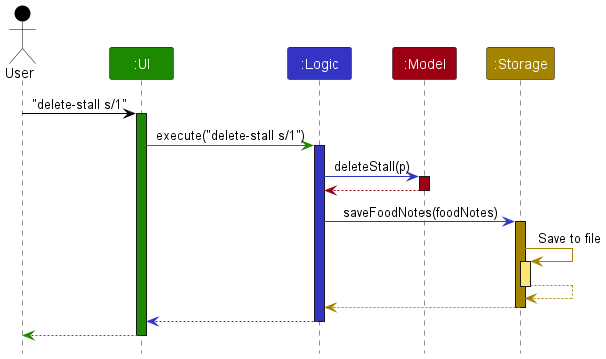
Above: docs/images/ArchitectureSequenceDiagram.png in teoks0199/tp (PlantUML), before the change.
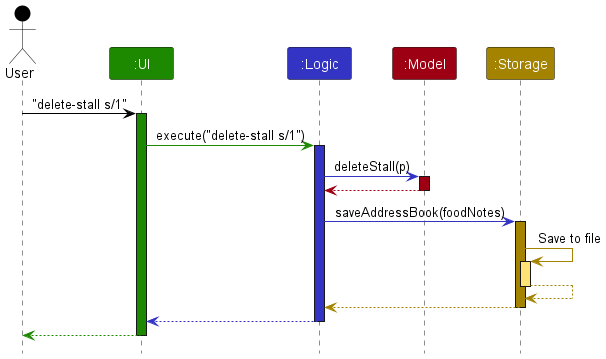
Later version of the same file.

The edit, as a diff of the source:
```diff
@@ -20,7 +20,7 @@
 model -[MODEL_COLOR]-> logic
 deactivate model
 
-logic -[LOGIC_COLOR]> storage : saveFoodNotes(foodNotes)
+logic -[LOGIC_COLOR]> storage : saveAddressBook(foodNotes)
 activate storage STORAGE_COLOR
 
 storage -[STORAGE_COLOR]> storage : Save to file
```
